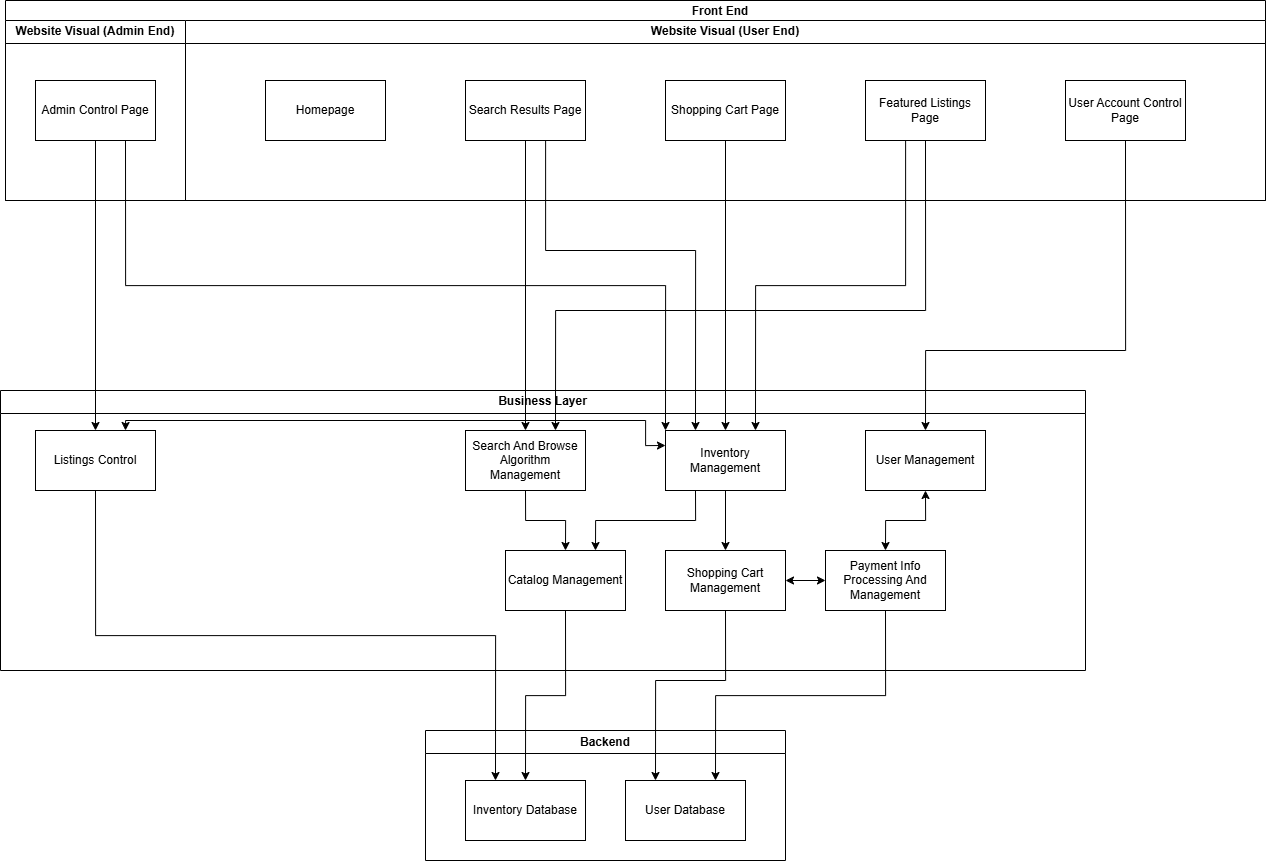
Earlier version of the draw.io export Use Case Diagrams/Architecture_Diagram/Architecture_Diagram.drawio.png (gavinbarry60/group8). Source tidied: cells renumbered, new cells last; positions are measured from the earlier drawing's top-left corner, leaving out a move shared by most shapes.
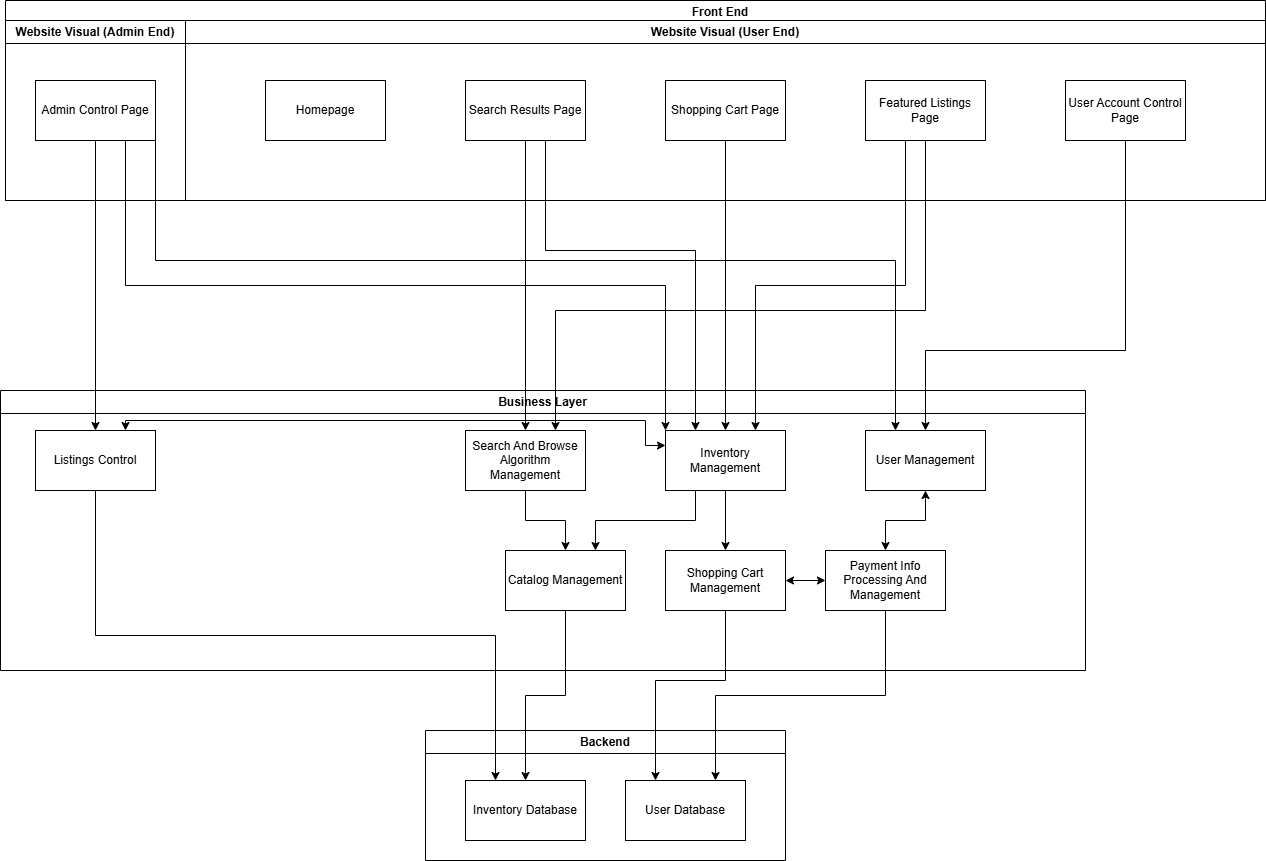
Later version of the same file.

What changed in the source:
```diff
@@ -154,5 +154,13 @@
     <mxCell id="39" style="endArrow=classic;html=1;rounded=0;exitX=0.5;exitY=1;exitDx=0;exitDy=0;entryX=0.25;entryY=0;entryDx=0;entryDy=0;edgeStyle=orthogonalEdgeStyle;" parent="1" edge="1" source="14" target="26">
       <mxGeometry relative="1" as="geometry" />
     </mxCell>
+    <mxCell id="40" style="endArrow=classic;html=1;rounded=0;exitX=1;exitY=1;exitDx=0;exitDy=0;entryX=0.25;entryY=0;entryDx=0;entryDy=0;edgeStyle=orthogonalEdgeStyle;" parent="1" edge="1" source="4" target="16">
+      <mxGeometry relative="1" as="geometry">
+        <Array as="points">
+          <mxPoint x="155" y="260" />
+          <mxPoint x="895" y="260" />
+        </Array>
+      </mxGeometry>
+    </mxCell>
   </root>
 </mxGraphModel>
```
